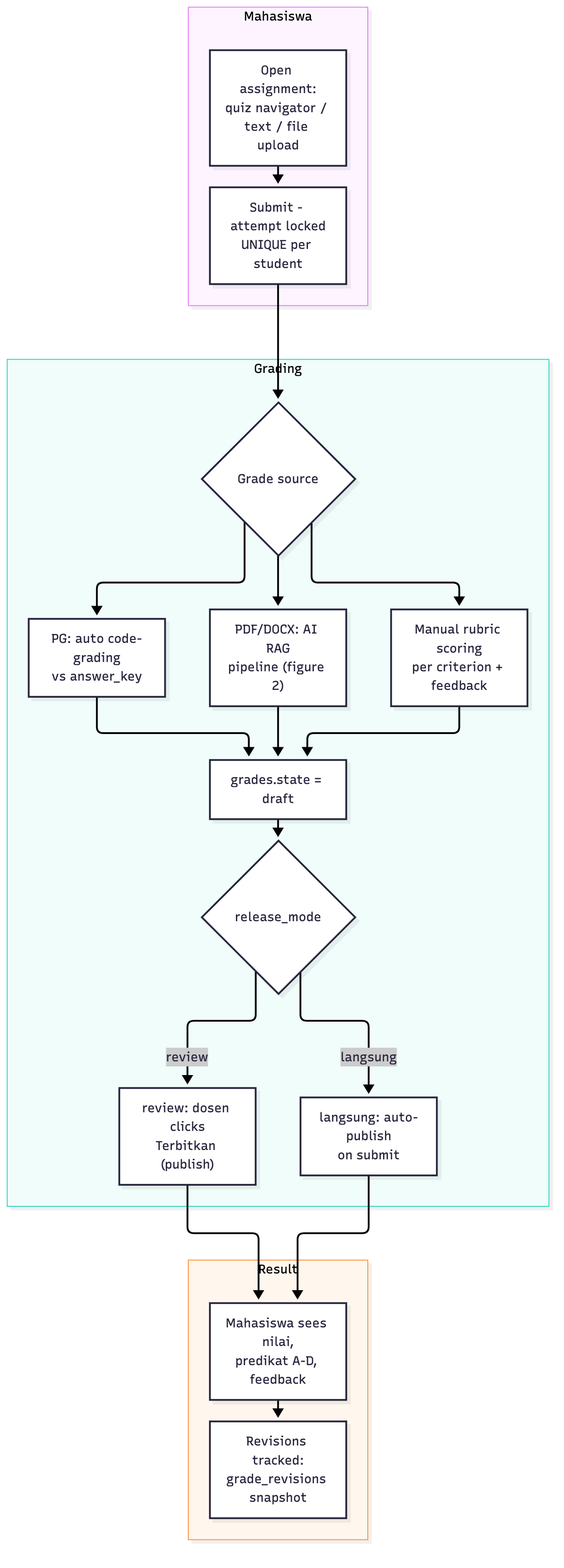
This is docs/flows/04-submission-grading.png from hansputera/umbima-smt1-tugas-generativeai, a Mermaid export, as it was before one commit. Its source is kept beside it as docs/flows/04-submission-grading.mmd.
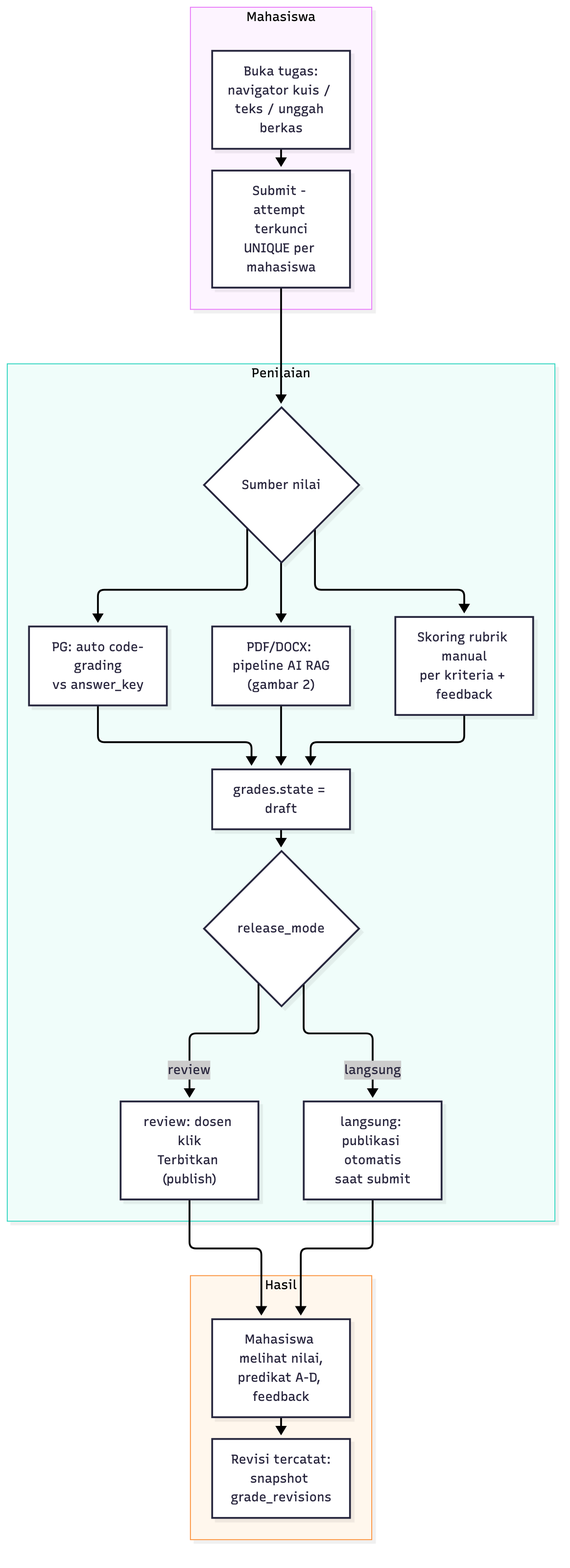
After the commit.

Diff of the diagram source:
```diff
@@ -1,20 +1,20 @@
 flowchart TD
   subgraph MAH["Mahasiswa"]
-    C1["Open assignment:<br/>quiz navigator / text / file upload"] --> C2["Submit - attempt locked<br/>UNIQUE per student"]
+    C1["Buka tugas:<br/>navigator kuis / teks / unggah berkas"] --> C2["Submit - attempt terkunci<br/>UNIQUE per mahasiswa"]
   end
-  subgraph GR["Grading"]
-    D1{"Grade source"}
+  subgraph GR["Penilaian"]
+    D1{"Sumber nilai"}
     D2["PG: auto code-grading<br/>vs answer_key"]
-    D3["PDF/DOCX: AI RAG<br/>pipeline (figure 2)"]
-    D4["Manual rubric scoring<br/>per criterion + feedback"]
+    D3["PDF/DOCX: pipeline AI RAG<br/>(gambar 2)"]
+    D4["Skoring rubrik manual<br/>per kriteria + feedback"]
     D5["grades.state = draft"]
     D6{"release_mode"}
-    D7["review: dosen clicks<br/>Terbitkan (publish)"]
-    D8["langsung: auto-publish<br/>on submit"]
+    D7["review: dosen klik<br/>Terbitkan (publish)"]
+    D8["langsung: publikasi otomatis<br/>saat submit"]
   end
-  subgraph RES["Result"]
-    E1["Mahasiswa sees nilai,<br/>predikat A-D, feedback"]
-    E2["Revisions tracked:<br/>grade_revisions snapshot"]
+  subgraph RES["Hasil"]
+    E1["Mahasiswa melihat nilai,<br/>predikat A-D, feedback"]
+    E2["Revisi tercatat:<br/>snapshot grade_revisions"]
   end
   C2 --> D1
   D1 --> D2
```
